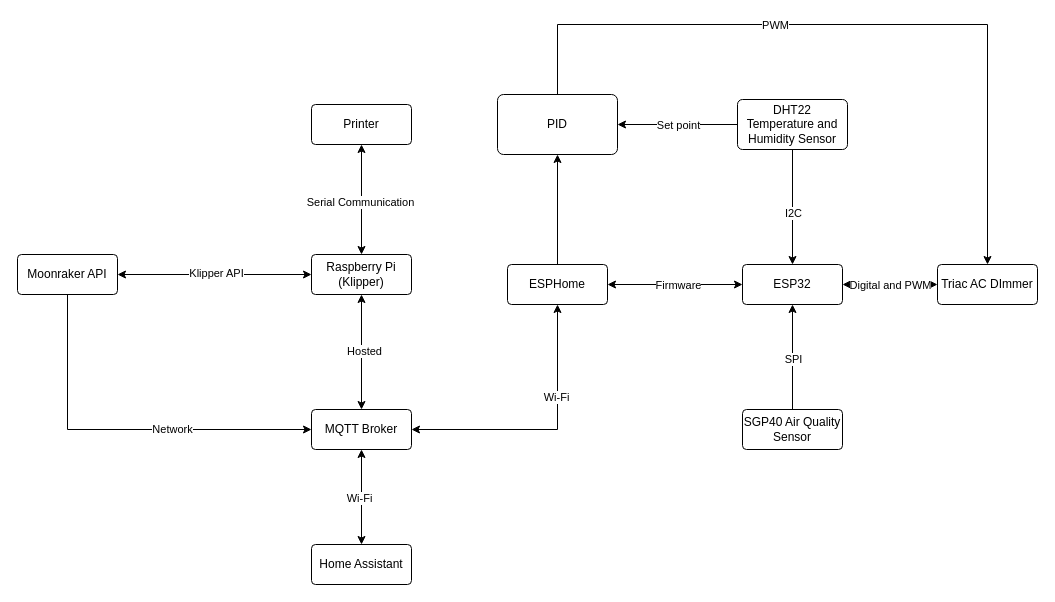
Before: diagrams/SystemArchitecture.drawio in e-dreyer/OpenEnclosure, a draw.io diagram. Source tidied: cells renumbered, new cells numbered last; positions are measured from the earlier drawing's top-left corner, leaving out a move shared by most shapes. Both pictures are drawn from the tidied source at 100%, with x=0, y=0 at pixel (17, 24).
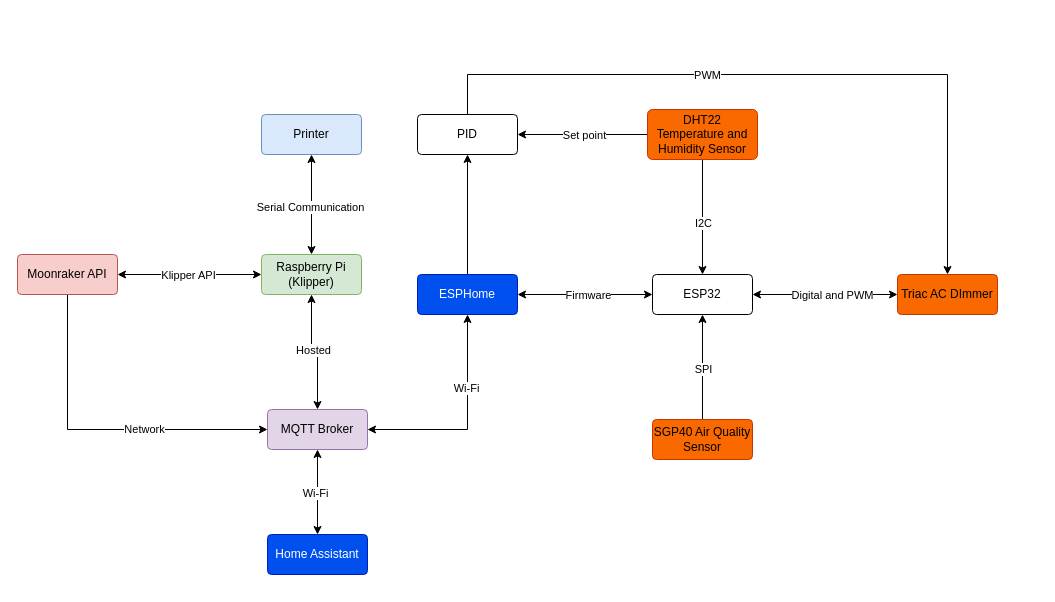
After the change.

Commit message (it also covers changes not shown here):
updated system architecture

The change refers to these unchanged cells:
```xml
<mxCell id="5" style="edgeStyle=orthogonalEdgeStyle;rounded=0;jettySize=auto;html=1;entryX=1;entryY=0.5;entryDx=0;entryDy=0;startArrow=classic;startFill=1;" parent="1" edge="1" source="9" target="12">
  <mxGeometry relative="1" as="geometry" />
</mxCell>
```

What changed in the source:
```diff
@@
-    <mxCell id="4" value="Printer" style="rounded=1;arcSize=10;whiteSpace=wrap;html=1;align=center;" parent="1" vertex="1">
-      <mxGeometry x="294" y="80" width="100" height="40" as="geometry" />
+    <mxCell id="4" value="Printer" style="rounded=1;arcSize=10;whiteSpace=wrap;html=1;align=center;fillColor=#dae8fc;strokeColor=#6c8ebf;" parent="1" vertex="1">
+      <mxGeometry x="244" y="90" width="100" height="40" as="geometry" />
     </mxCell>
@@
     <mxCell id="6" value="Klipper API" style="edgeLabel;html=1;align=center;verticalAlign=middle;" parent="5" vertex="1">
-      <mxGeometry x="-0.01" y="-2" relative="1" as="geometry" />
+      <mxGeometry x="-0.01" y="-2" relative="1" as="geometry">
+        <mxPoint x="-3" y="2" as="offset" />
+      </mxGeometry>
     </mxCell>
@@
-    <mxCell id="9" value="Raspberry Pi (Klipper)" style="rounded=1;arcSize=10;whiteSpace=wrap;html=1;align=center;" parent="1" vertex="1">
-      <mxGeometry x="294" y="230" width="100" height="40" as="geometry" />
+    <mxCell id="9" value="Raspberry Pi (Klipper)" style="rounded=1;arcSize=10;whiteSpace=wrap;html=1;align=center;fillColor=#d5e8d4;strokeColor=#82b366;" parent="1" vertex="1">
+      <mxGeometry x="244" y="230" width="100" height="40" as="geometry" />
     </mxCell>
@@
-    <mxCell id="12" value="Moonraker API" style="rounded=1;arcSize=10;whiteSpace=wrap;html=1;align=center;" parent="1" vertex="1">
+    <mxCell id="12" value="Moonraker API" style="rounded=1;arcSize=10;whiteSpace=wrap;html=1;align=center;fillColor=#f8cecc;strokeColor=#b85450;" parent="1" vertex="1">
       <mxGeometry y="230" width="100" height="40" as="geometry" />
     </mxCell>
@@
-    <mxCell id="17" value="MQTT Broker" style="rounded=1;arcSize=10;whiteSpace=wrap;html=1;align=center;" parent="1" vertex="1">
-      <mxGeometry x="294" y="385" width="100" height="40" as="geometry" />
+    <mxCell id="17" value="MQTT Broker" style="rounded=1;arcSize=10;whiteSpace=wrap;html=1;align=center;fillColor=#e1d5e7;strokeColor=#9673a6;" parent="1" vertex="1">
+      <mxGeometry x="250" y="385" width="100" height="40" as="geometry" />
     </mxCell>
     <mxCell id="18" value="ESP32" style="rounded=1;arcSize=10;whiteSpace=wrap;html=1;align=center;" parent="1" vertex="1">
-      <mxGeometry x="725" y="240" width="100" height="40" as="geometry" />
+      <mxGeometry x="635" y="250" width="100" height="40" as="geometry" />
     </mxCell>
@@
-    <mxCell id="23" value="DHT22 Temperature and Humidity Sensor" style="rounded=1;arcSize=10;whiteSpace=wrap;html=1;align=center;" parent="1" vertex="1">
-      <mxGeometry x="720" y="75" width="110" height="50" as="geometry" />
+    <mxCell id="23" value="DHT22 Temperature and Humidity Sensor" style="rounded=1;arcSize=10;whiteSpace=wrap;html=1;align=center;fillColor=#fa6800;fontColor=#000000;strokeColor=#C73500;" parent="1" vertex="1">
+      <mxGeometry x="630" y="85" width="110" height="50" as="geometry" />
     </mxCell>
@@
-    <mxCell id="26" value="SGP40 Air Quality Sensor" style="rounded=1;arcSize=10;whiteSpace=wrap;html=1;align=center;" parent="1" vertex="1">
-      <mxGeometry x="725" y="385" width="100" height="40" as="geometry" />
+    <mxCell id="26" value="SGP40 Air Quality Sensor" style="rounded=1;arcSize=10;whiteSpace=wrap;html=1;align=center;fillColor=#fa6800;fontColor=#000000;strokeColor=#C73500;" parent="1" vertex="1">
+      <mxGeometry x="635" y="395" width="100" height="40" as="geometry" />
     </mxCell>
@@
-    <mxCell id="30" value="ESPHome" style="rounded=1;arcSize=10;whiteSpace=wrap;html=1;align=center;" parent="1" vertex="1">
-      <mxGeometry x="490" y="240" width="100" height="40" as="geometry" />
+    <mxCell id="30" value="ESPHome" style="rounded=1;arcSize=10;whiteSpace=wrap;html=1;align=center;fillColor=#0050ef;fontColor=#ffffff;strokeColor=#001DBC;" parent="1" vertex="1">
+      <mxGeometry x="400" y="250" width="100" height="40" as="geometry" />
     </mxCell>
@@
-    <mxCell id="33" value="Triac AC DImmer" style="rounded=1;arcSize=10;whiteSpace=wrap;html=1;align=center;" parent="1" vertex="1">
-      <mxGeometry x="920" y="240" width="100" height="40" as="geometry" />
+    <mxCell id="33" value="Triac AC DImmer" style="rounded=1;arcSize=10;whiteSpace=wrap;html=1;align=center;fillColor=#fa6800;fontColor=#000000;strokeColor=#C73500;" parent="1" vertex="1">
+      <mxGeometry x="880" y="250" width="100" height="40" as="geometry" />
     </mxCell>
     <mxCell id="34" style="edgeStyle=orthogonalEdgeStyle;rounded=0;jettySize=auto;html=1;entryX=0.5;entryY=0;entryDx=0;entryDy=0;" parent="1" edge="1" source="36" target="33">
       <mxGeometry relative="1" as="geometry">
         <Array as="points">
-          <mxPoint x="540" />
-          <mxPoint x="970" />
+          <mxPoint x="450" y="50" />
+          <mxPoint x="930" y="50" />
         </Array>
       </mxGeometry>
     </mxCell>
@@
     <mxCell id="36" value="PID" style="whiteSpace=wrap;html=1;rounded=1;arcSize=10;" parent="1" vertex="1">
-      <mxGeometry x="480" y="70" width="120" height="60" as="geometry" />
+      <mxGeometry x="400" y="90" width="100" height="40" as="geometry" />
     </mxCell>
-    <mxCell id="37" value="Home Assistant" style="rounded=1;arcSize=10;whiteSpace=wrap;html=1;align=center;" parent="1" vertex="1">
-      <mxGeometry x="294" y="520" width="100" height="40" as="geometry" />
+    <mxCell id="37" value="Home Assistant" style="rounded=1;arcSize=10;whiteSpace=wrap;html=1;align=center;fillColor=#0050ef;fontColor=#ffffff;strokeColor=#001DBC;" parent="1" vertex="1">
+      <mxGeometry x="250" y="510" width="100" height="40" as="geometry" />
     </mxCell>
+    <mxCell id="38" style="edgeStyle=orthogonalEdgeStyle;rounded=0;orthogonalLoop=1;jettySize=auto;html=1;exitX=0.5;exitY=1;exitDx=0;exitDy=0;" parent="1" edge="1" source="36" target="36">
+      <mxGeometry relative="1" as="geometry" />
+    </mxCell>
```
